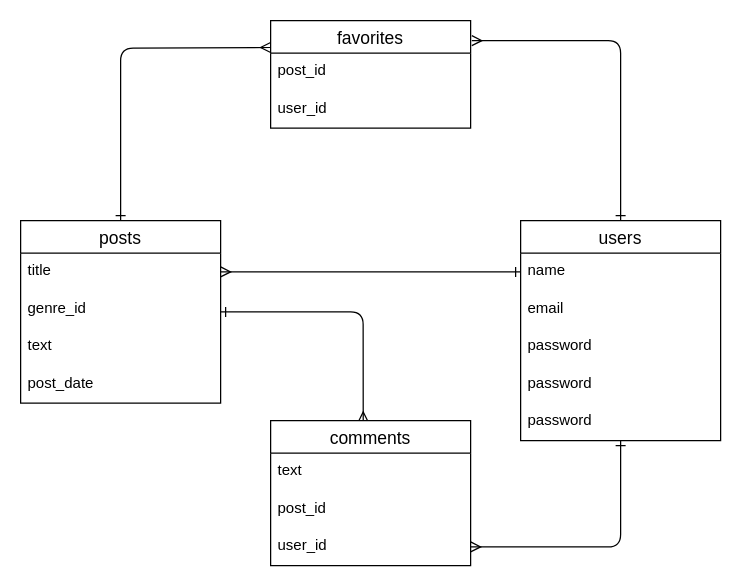
HeRoYo/kanso keeps this draw.io diagram as ER.dio. Above is the earlier version. Source tidied: cells renumbered, new cells numbered last; positions are measured from the earlier drawing's top-left corner, leaving out a move shared by most shapes. Both pictures are drawn from the tidied source at 125%, with x=0, y=0 at pixel (20, 20).
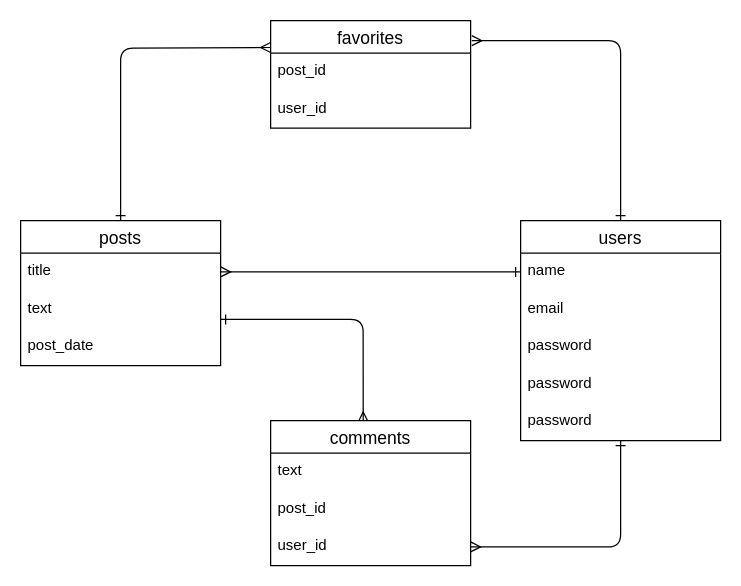
Above is the later version.

Commit message (it also covers changes not shown here):
データベース、ページ遷移図の修正

The change refers to these unchanged cells:
```xml
<mxCell id="17" value="comments" style="swimlane;fontStyle=0;horizontal=1;startSize=26;align=center;fontSize=14;" parent="1" vertex="1">
  <mxGeometry x="200" y="320" width="160" height="116" as="geometry" />
</mxCell>
```

Change to the diagram source:
```diff
@@
-    <mxCell id="10" style="edgeStyle=none;html=1;entryX=0.463;entryY=0.009;entryDx=0;entryDy=0;entryPerimeter=0;startArrow=ERone;startFill=0;endArrow=ERmany;endFill=0;" parent="1" edge="1" source="12" target="17">
+    <mxCell id="10" style="edgeStyle=none;html=1;entryX=0.463;entryY=0.009;entryDx=0;entryDy=0;entryPerimeter=0;startArrow=ERone;startFill=0;endArrow=ERmany;endFill=0;exitX=1;exitY=0.767;exitDx=0;exitDy=0;exitPerimeter=0;" parent="1" edge="1" source="15" target="17">
       <mxGeometry relative="1" as="geometry">
         <Array as="points">
-          <mxPoint x="274" y="233" />
+          <mxPoint x="274" y="239" />
         </Array>
       </mxGeometry>
     </mxCell>
@@
     <mxCell id="12" value="posts" style="swimlane;fontStyle=0;horizontal=1;startSize=26;align=center;fontSize=14;" parent="1" vertex="1">
-      <mxGeometry y="160" width="160" height="146" as="geometry" />
+      <mxGeometry y="160" width="160" height="116" as="geometry" />
     </mxCell>
@@
-    <mxCell id="14" value="genre_id" style="text;strokeColor=none;fillColor=none;spacingLeft=4;spacingRight=4;overflow=hidden;fontSize=12;" parent="12" vertex="1">
-      <mxGeometry y="56" width="160" height="30" as="geometry" />
-    </mxCell>
     <mxCell id="15" value="text" style="text;strokeColor=none;fillColor=none;spacingLeft=4;spacingRight=4;overflow=hidden;points=[[0,0.5],[1,0.5]];portConstraint=eastwest;fontSize=12;" parent="12" vertex="1">
-      <mxGeometry y="86" width="160" height="30" as="geometry" />
+      <mxGeometry y="56" width="160" height="30" as="geometry" />
     </mxCell>
     <mxCell id="16" value="post_date" style="text;strokeColor=none;fillColor=none;spacingLeft=4;spacingRight=4;overflow=hidden;fontSize=12;" parent="12" vertex="1">
-      <mxGeometry y="116" width="160" height="30" as="geometry" />
+      <mxGeometry y="86" width="160" height="30" as="geometry" />
     </mxCell>
```
